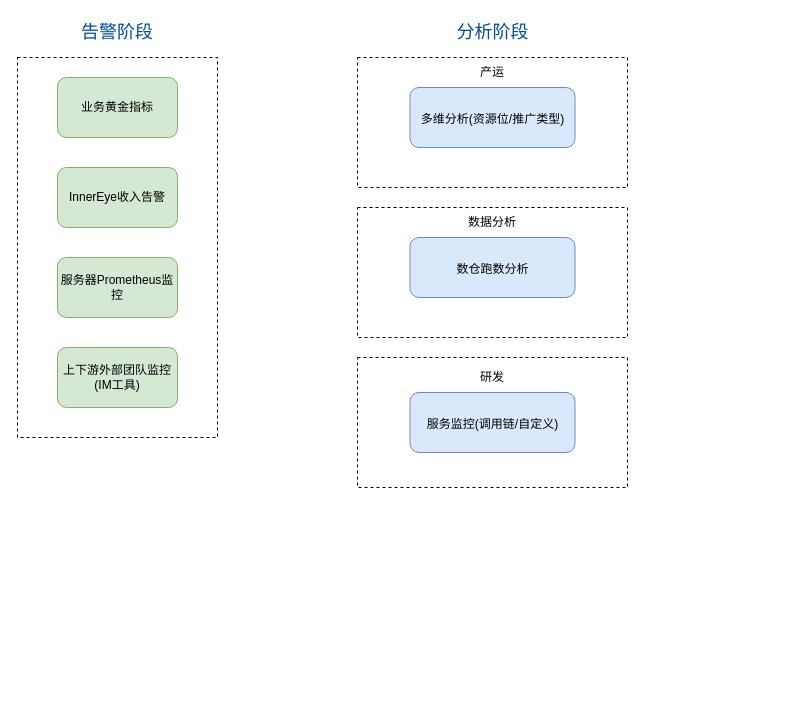
Above: universal-engine/业务告警-告警阶段与执行梳理.drawio in karlchan-cn/drawio-repository (draw.io), before the change. Source tidied: cells renumbered, new cells numbered last; positions are measured from the earlier drawing's top-left corner, leaving out a move shared by most shapes. Both pictures are drawn from the tidied source at 100%, with x=0, y=0 at pixel (17, 17).
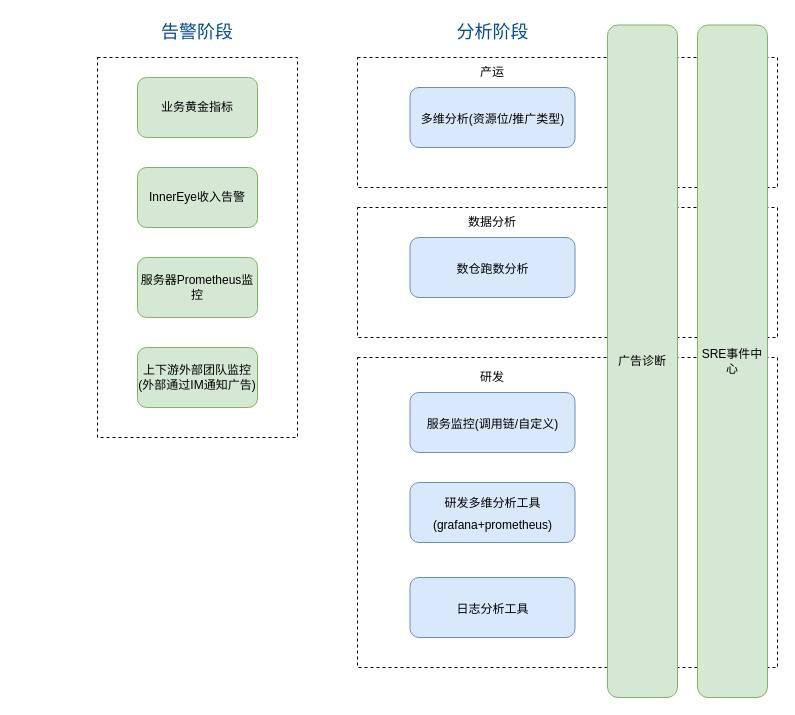
The same page after the edit.

Commit message:
更新业务告警-告警阶段与执行梳理.drawio

Change to the diagram source:
```diff
@@
     <mxCell id="2" style="rounded=0;whiteSpace=wrap;html=1;fillColor=none;dashed=1;" parent="1" vertex="1">
-      <mxGeometry y="40" width="200" height="380" as="geometry" />
+      <mxGeometry x="80" y="40" width="200" height="380" as="geometry" />
     </mxCell>
     <mxCell id="3" value="&lt;font style=&quot;font-size: 18px;&quot;&gt;告警阶段&lt;/font&gt;" style="text;html=1;strokeColor=none;fillColor=none;align=center;verticalAlign=middle;whiteSpace=wrap;rounded=0;fontColor=#004C99;" parent="1" vertex="1">
-      <mxGeometry x="35" width="130" height="30" as="geometry" />
+      <mxGeometry x="115" width="130" height="30" as="geometry" />
     </mxCell>
     <mxCell id="4" value="业务黄金指标" style="rounded=1;whiteSpace=wrap;html=1;fillColor=#d5e8d4;strokeColor=#82b366;" parent="1" vertex="1">
-      <mxGeometry x="40" y="60" width="120" height="60" as="geometry" />
+      <mxGeometry x="120" y="60" width="120" height="60" as="geometry" />
     </mxCell>
     <mxCell id="5" value="InnerEye收入告警" style="rounded=1;whiteSpace=wrap;html=1;fillColor=#d5e8d4;strokeColor=#82b366;" parent="1" vertex="1">
-      <mxGeometry x="40" y="150" width="120" height="60" as="geometry" />
+      <mxGeometry x="120" y="150" width="120" height="60" as="geometry" />
     </mxCell>
     <mxCell id="6" value="服务器Prometheus监控" style="rounded=1;whiteSpace=wrap;html=1;fillColor=#d5e8d4;strokeColor=#82b366;" parent="1" vertex="1">
-      <mxGeometry x="40" y="240" width="120" height="60" as="geometry" />
+      <mxGeometry x="120" y="240" width="120" height="60" as="geometry" />
     </mxCell>
-    <mxCell id="7" value="上下游外部团队监控(IM工具)" style="rounded=1;whiteSpace=wrap;html=1;fillColor=#d5e8d4;strokeColor=#82b366;" parent="1" vertex="1">
-      <mxGeometry x="40" y="330" width="120" height="60" as="geometry" />
+    <mxCell id="7" value="上下游外部团队监控(外部通过IM通知广告)" style="rounded=1;whiteSpace=wrap;html=1;fillColor=#d5e8d4;strokeColor=#82b366;" parent="1" vertex="1">
+      <mxGeometry x="120" y="330" width="120" height="60" as="geometry" />
     </mxCell>
     <mxCell id="8" style="rounded=0;whiteSpace=wrap;html=1;fillColor=none;dashed=1;" parent="1" vertex="1">
-      <mxGeometry x="340" y="40" width="270" height="130" as="geometry" />
+      <mxGeometry x="340" y="40" width="420" height="130" as="geometry" />
     </mxCell>
@@
     <mxCell id="12" style="rounded=0;whiteSpace=wrap;html=1;fillColor=none;dashed=1;" parent="1" vertex="1">
-      <mxGeometry x="340" y="190" width="270" height="130" as="geometry" />
+      <mxGeometry x="340" y="190" width="420" height="130" as="geometry" />
     </mxCell>
@@
     <mxCell id="15" style="rounded=0;whiteSpace=wrap;html=1;fillColor=none;dashed=1;" parent="1" vertex="1">
-      <mxGeometry x="340" y="340" width="270" height="130" as="geometry" />
+      <mxGeometry x="340" y="340" width="420" height="310" as="geometry" />
     </mxCell>
@@
+    <mxCell id="18" value="广告诊断" style="rounded=1;whiteSpace=wrap;html=1;fillColor=#d5e8d4;strokeColor=#82b366;" parent="1" vertex="1">
+      <mxGeometry x="590" y="7.5" width="70" height="672.5" as="geometry" />
+    </mxCell>
+    <mxCell id="19" value="SRE事件中心" style="rounded=1;whiteSpace=wrap;html=1;fillColor=#d5e8d4;strokeColor=#82b366;" parent="1" vertex="1">
+      <mxGeometry x="680" y="7.5" width="70" height="672.5" as="geometry" />
+    </mxCell>
+    <mxCell id="20" value="&lt;span style=&quot;font-size: 12px;&quot;&gt;研发多维分析工具(grafana+prometheus)&lt;/span&gt;" style="rounded=1;whiteSpace=wrap;html=1;fontSize=18;fillColor=#dae8fc;strokeColor=#6c8ebf;" parent="1" vertex="1">
+      <mxGeometry x="392.5" y="465" width="165" height="60" as="geometry" />
+    </mxCell>
+    <mxCell id="21" value="&lt;span style=&quot;font-size: 12px;&quot;&gt;日志分析工具&lt;/span&gt;" style="rounded=1;whiteSpace=wrap;html=1;fontSize=18;fillColor=#dae8fc;strokeColor=#6c8ebf;" parent="1" vertex="1">
+      <mxGeometry x="392.5" y="560" width="165" height="60" as="geometry" />
+    </mxCell>
```
